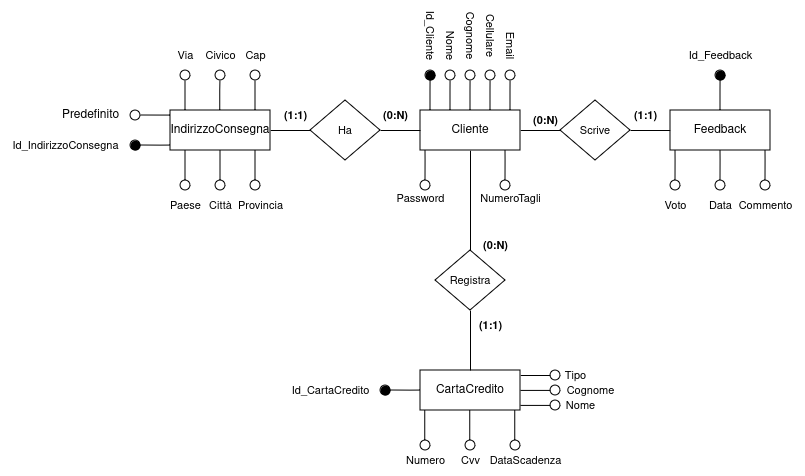
This is fase_due/images/rifinitura_cliente.png from IonutZbir/ProgettoDatabase, a draw.io export, as it was before one commit. Source tidied: cells renumbered, new cells last; positions are measured from the earlier drawing's top-left corner, leaving out a move shared by most shapes.
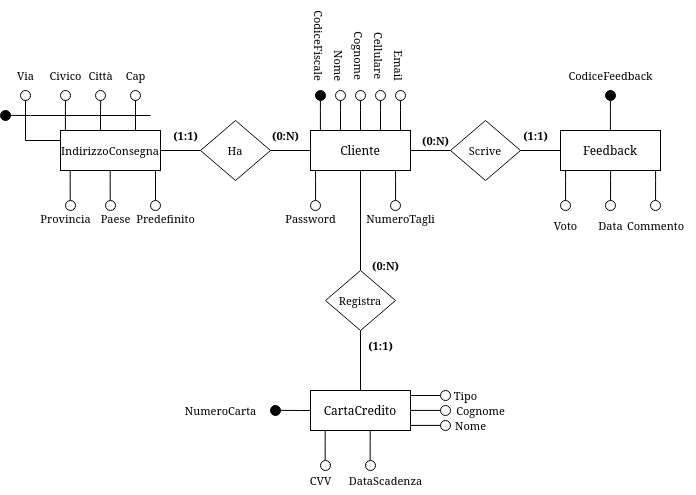
After the commit.

Change to the diagram source:
```diff
@@ -31,25 +31,28 @@
     </mxCell>
     <mxCell id="10" style="edgeStyle=orthogonalEdgeStyle;shape=connector;rounded=0;orthogonalLoop=1;jettySize=auto;html=1;exitX=0.25;exitY=0;exitDx=0;exitDy=0;strokeColor=default;align=center;verticalAlign=middle;fontFamily=Helvetica;fontSize=11;fontColor=default;labelBackgroundColor=default;endArrow=none;endFill=0;" parent="1" edge="1">
       <mxGeometry relative="1" as="geometry">
-        <mxPoint x="185" y="90" as="sourcePoint" />
-        <mxPoint x="185" y="60" as="targetPoint" />
+        <mxPoint x="174.9" y="90" as="sourcePoint" />
+        <mxPoint x="174.9" y="60" as="targetPoint" />
         <Array as="points">
-          <mxPoint x="185" y="70" />
-          <mxPoint x="185" y="70" />
+          <mxPoint x="174.9" y="70" />
+          <mxPoint x="174.9" y="70" />
         </Array>
       </mxGeometry>
     </mxCell>
-    <mxCell id="11" style="edgeStyle=orthogonalEdgeStyle;shape=connector;rounded=0;orthogonalLoop=1;jettySize=auto;html=1;exitX=0;exitY=0.25;exitDx=0;exitDy=0;strokeColor=default;align=center;verticalAlign=middle;fontFamily=Helvetica;fontSize=11;fontColor=default;labelBackgroundColor=default;endArrow=none;endFill=0;" parent="1" edge="1">
+    <mxCell id="11" style="edgeStyle=orthogonalEdgeStyle;shape=connector;rounded=0;orthogonalLoop=1;jettySize=auto;html=1;strokeColor=default;align=center;verticalAlign=middle;fontFamily=Helvetica;fontSize=11;fontColor=default;labelBackgroundColor=default;endArrow=none;endFill=0;" parent="1" edge="1">
       <mxGeometry relative="1" as="geometry">
-        <mxPoint x="170" y="125" as="sourcePoint" />
-        <mxPoint x="140" y="124.9" as="targetPoint" />
+        <mxPoint x="260" y="75" as="sourcePoint" />
+        <mxPoint x="120" y="74.9" as="targetPoint" />
         <Array as="points">
-          <mxPoint x="160" y="125" />
-          <mxPoint x="160" y="125" />
+          <mxPoint x="140" y="75" />
+          <mxPoint x="140" y="75" />
         </Array>
       </mxGeometry>
     </mxCell>
+    <mxCell id="99" style="edgeStyle=orthogonalEdgeStyle;shape=connector;rounded=0;jettySize=auto;html=1;exitX=0;exitY=0.25;exitDx=0;exitDy=0;entryX=0.5;entryY=1;entryDx=0;entryDy=0;strokeColor=default;align=center;verticalAlign=middle;fontFamily=Helvetica;fontSize=11;fontColor=default;labelBackgroundColor=default;endArrow=none;endFill=0;" parent="1" edge="1" source="12" target="100">
+      <mxGeometry relative="1" as="geometry" />
+    </mxCell>
-    <mxCell id="12" value="IndirizzoConsegna" style="whiteSpace=wrap;html=1;align=center;" parent="1" vertex="1">
+    <mxCell id="12" value="&lt;font style=&quot;font-size: 11px;&quot;&gt;IndirizzoConsegna&lt;/font&gt;" style="whiteSpace=wrap;html=1;align=center;" parent="1" vertex="1">
       <mxGeometry x="170" y="90" width="100" height="40" as="geometry" />
     </mxCell>
     <mxCell id="13" value="Scrive" style="shape=rhombus;perimeter=rhombusPerimeter;whiteSpace=wrap;html=1;align=center;fontFamily=Helvetica;fontSize=11;fontColor=default;labelBackgroundColor=default;" parent="1" vertex="1">
@@ -87,95 +90,76 @@
     </mxCell>
     <mxCell id="24" style="edgeStyle=orthogonalEdgeStyle;shape=connector;rounded=0;orthogonalLoop=1;jettySize=auto;html=1;exitX=0.25;exitY=0;exitDx=0;exitDy=0;strokeColor=default;align=center;verticalAlign=middle;fontFamily=Helvetica;fontSize=11;fontColor=default;labelBackgroundColor=default;endArrow=none;endFill=0;" parent="1" edge="1">
       <mxGeometry relative="1" as="geometry">
-        <mxPoint x="219.8" y="90" as="sourcePoint" />
-        <mxPoint x="220" y="60" as="targetPoint" />
+        <mxPoint x="210" y="90" as="sourcePoint" />
+        <mxPoint x="210.2" y="60" as="targetPoint" />
         <Array as="points">
-          <mxPoint x="220" y="70" />
-          <mxPoint x="220" y="70" />
+          <mxPoint x="210.2" y="70" />
+          <mxPoint x="210.2" y="70" />
         </Array>
       </mxGeometry>
     </mxCell>
     <mxCell id="25" style="edgeStyle=orthogonalEdgeStyle;shape=connector;rounded=0;orthogonalLoop=1;jettySize=auto;html=1;exitX=0.25;exitY=0;exitDx=0;exitDy=0;strokeColor=default;align=center;verticalAlign=middle;fontFamily=Helvetica;fontSize=11;fontColor=default;labelBackgroundColor=default;endArrow=none;endFill=0;" parent="1" edge="1">
       <mxGeometry relative="1" as="geometry">
-        <mxPoint x="255" y="90" as="sourcePoint" />
-        <mxPoint x="255" y="60" as="targetPoint" />
+        <mxPoint x="245" y="90" as="sourcePoint" />
+        <mxPoint x="245" y="60" as="targetPoint" />
         <Array as="points">
-          <mxPoint x="255.2" y="70" />
-          <mxPoint x="255.2" y="70" />
+          <mxPoint x="245.2" y="70" />
+          <mxPoint x="245.2" y="70" />
         </Array>
       </mxGeometry>
     </mxCell>
     <mxCell id="26" style="ellipse;whiteSpace=wrap;html=1;fontFamily=Helvetica;fontSize=11;fontColor=default;labelBackgroundColor=default;" parent="1" vertex="1">
-      <mxGeometry x="215" y="50" width="10" height="10" as="geometry" />
+      <mxGeometry x="205" y="50" width="10" height="10" as="geometry" />
     </mxCell>
     <mxCell id="27" style="ellipse;whiteSpace=wrap;html=1;fontFamily=Helvetica;fontSize=11;fontColor=default;labelBackgroundColor=default;fillColor=#000000;" parent="1" vertex="1">
-      <mxGeometry x="130" y="120" width="10" height="10" as="geometry" />
+      <mxGeometry x="110" y="70" width="10" height="10" as="geometry" />
     </mxCell>
     <mxCell id="28" style="ellipse;whiteSpace=wrap;html=1;fontFamily=Helvetica;fontSize=11;fontColor=default;labelBackgroundColor=default;" parent="1" vertex="1">
-      <mxGeometry x="250" y="50" width="10" height="10" as="geometry" />
+      <mxGeometry x="240" y="50" width="10" height="10" as="geometry" />
     </mxCell>
-    <mxCell id="29" value="Id_IndirizzoConsegna" style="text;html=1;align=center;verticalAlign=middle;strokeColor=none;fillColor=none;fontFamily=Helvetica;fontSize=11;fontColor=default;labelBackgroundColor=default;" parent="1" vertex="1">
-      <mxGeometry y="110" width="130" height="30" as="geometry" />
-    </mxCell>
     <mxCell id="30" style="ellipse;whiteSpace=wrap;html=1;fontFamily=Helvetica;fontSize=11;fontColor=default;labelBackgroundColor=default;" parent="1" vertex="1">
-      <mxGeometry x="180" y="50" width="10" height="10" as="geometry" />
+      <mxGeometry x="170" y="50" width="10" height="10" as="geometry" />
     </mxCell>
     <mxCell id="31" value="Via" style="text;html=1;align=center;verticalAlign=middle;strokeColor=none;fillColor=none;fontFamily=Helvetica;fontSize=11;fontColor=default;labelBackgroundColor=default;" parent="1" vertex="1">
-      <mxGeometry x="165" y="20" width="40" height="30" as="geometry" />
+      <mxGeometry x="115" y="20" width="40" height="30" as="geometry" />
     </mxCell>
     <mxCell id="32" value="Civico" style="text;html=1;align=center;verticalAlign=middle;strokeColor=none;fillColor=none;fontFamily=Helvetica;fontSize=11;fontColor=default;labelBackgroundColor=default;" parent="1" vertex="1">
-      <mxGeometry x="195" y="20" width="50" height="30" as="geometry" />
+      <mxGeometry x="150" y="20" width="50" height="30" as="geometry" />
     </mxCell>
     <mxCell id="33" value="Cap" style="text;html=1;align=center;verticalAlign=middle;strokeColor=none;fillColor=none;fontFamily=Helvetica;fontSize=11;fontColor=default;labelBackgroundColor=default;" parent="1" vertex="1">
-      <mxGeometry x="235" y="20" width="40" height="30" as="geometry" />
+      <mxGeometry x="225" y="20" width="40" height="30" as="geometry" />
     </mxCell>
     <mxCell id="34" style="edgeStyle=orthogonalEdgeStyle;shape=connector;rounded=0;orthogonalLoop=1;jettySize=auto;html=1;exitX=0.25;exitY=0;exitDx=0;exitDy=0;strokeColor=default;align=center;verticalAlign=middle;fontFamily=Helvetica;fontSize=11;fontColor=default;labelBackgroundColor=default;endArrow=none;endFill=0;" parent="1" edge="1">
       <mxGeometry relative="1" as="geometry">
-        <mxPoint x="184.9" y="160" as="sourcePoint" />
-        <mxPoint x="184.9" y="130" as="targetPoint" />
+        <mxPoint x="179.7" y="160" as="sourcePoint" />
+        <mxPoint x="179.8" y="130" as="targetPoint" />
         <Array as="points">
-          <mxPoint x="184.9" y="140" />
-          <mxPoint x="184.9" y="140" />
+          <mxPoint x="179.7" y="140" />
+          <mxPoint x="179.7" y="140" />
         </Array>
       </mxGeometry>
     </mxCell>
     <mxCell id="35" style="ellipse;whiteSpace=wrap;html=1;fontFamily=Helvetica;fontSize=11;fontColor=default;labelBackgroundColor=default;" parent="1" vertex="1">
-      <mxGeometry x="180" y="160" width="10" height="10" as="geometry" />
+      <mxGeometry x="175" y="160" width="10" height="10" as="geometry" />
     </mxCell>
     <mxCell id="36" value="Paese" style="text;html=1;align=center;verticalAlign=middle;strokeColor=none;fillColor=none;fontFamily=Helvetica;fontSize=11;fontColor=default;labelBackgroundColor=default;" parent="1" vertex="1">
-      <mxGeometry x="160" y="170" width="50" height="30" as="geometry" />
+      <mxGeometry x="200" y="163" width="50" height="30" as="geometry" />
     </mxCell>
-    <mxCell id="37" style="edgeStyle=orthogonalEdgeStyle;shape=connector;rounded=0;orthogonalLoop=1;jettySize=auto;html=1;exitX=0.25;exitY=0;exitDx=0;exitDy=0;strokeColor=default;align=center;verticalAlign=middle;fontFamily=Helvetica;fontSize=11;fontColor=default;labelBackgroundColor=default;endArrow=none;endFill=0;" parent="1" edge="1">
-      <mxGeometry relative="1" as="geometry">
-        <mxPoint x="219.9" y="160" as="sourcePoint" />
-        <mxPoint x="219.9" y="130" as="targetPoint" />
-        <Array as="points">
-          <mxPoint x="219.9" y="140" />
-          <mxPoint x="219.9" y="140" />
-        </Array>
-      </mxGeometry>
-    </mxCell>
-    <mxCell id="38" style="ellipse;whiteSpace=wrap;html=1;fontFamily=Helvetica;fontSize=11;fontColor=default;labelBackgroundColor=default;" parent="1" vertex="1">
-      <mxGeometry x="215" y="160" width="10" height="10" as="geometry" />
-    </mxCell>
-    <mxCell id="39" value="Città" style="text;html=1;align=center;verticalAlign=middle;strokeColor=none;fillColor=none;fontFamily=Helvetica;fontSize=11;fontColor=default;labelBackgroundColor=default;" parent="1" vertex="1">
-      <mxGeometry x="195" y="170" width="50" height="30" as="geometry" />
-    </mxCell>
     <mxCell id="40" style="edgeStyle=orthogonalEdgeStyle;shape=connector;rounded=0;orthogonalLoop=1;jettySize=auto;html=1;exitX=0.25;exitY=0;exitDx=0;exitDy=0;strokeColor=default;align=center;verticalAlign=middle;fontFamily=Helvetica;fontSize=11;fontColor=default;labelBackgroundColor=default;endArrow=none;endFill=0;" parent="1" edge="1">
       <mxGeometry relative="1" as="geometry">
-        <mxPoint x="254.9" y="160" as="sourcePoint" />
-        <mxPoint x="254.9" y="130" as="targetPoint" />
+        <mxPoint x="265" y="160" as="sourcePoint" />
+        <mxPoint x="265" y="130" as="targetPoint" />
         <Array as="points">
-          <mxPoint x="254.9" y="140" />
-          <mxPoint x="254.9" y="140" />
+          <mxPoint x="265" y="140" />
+          <mxPoint x="265" y="140" />
         </Array>
       </mxGeometry>
     </mxCell>
     <mxCell id="41" style="ellipse;whiteSpace=wrap;html=1;fontFamily=Helvetica;fontSize=11;fontColor=default;labelBackgroundColor=default;" parent="1" vertex="1">
-      <mxGeometry x="250" y="160" width="10" height="10" as="geometry" />
+      <mxGeometry x="260" y="160" width="10" height="10" as="geometry" />
     </mxCell>
     <mxCell id="42" value="Provincia" style="text;html=1;align=center;verticalAlign=middle;strokeColor=none;fillColor=none;fontFamily=Helvetica;fontSize=11;fontColor=default;labelBackgroundColor=default;" parent="1" vertex="1">
-      <mxGeometry x="225" y="170" width="70" height="30" as="geometry" />
+      <mxGeometry x="140" y="163" width="70" height="30" as="geometry" />
     </mxCell>
     <mxCell id="43" style="ellipse;whiteSpace=wrap;html=1;fontFamily=Helvetica;fontSize=11;fontColor=default;labelBackgroundColor=default;fillColor=#000000;" parent="1" vertex="1">
       <mxGeometry x="425" y="50" width="10" height="10" as="geometry" />
@@ -190,8 +174,8 @@
         </Array>
       </mxGeometry>
     </mxCell>
-    <mxCell id="45" value="Id_Cliente" style="text;html=1;align=center;verticalAlign=middle;strokeColor=none;fillColor=none;fontFamily=Helvetica;fontSize=11;fontColor=default;labelBackgroundColor=default;rotation=90;" parent="1" vertex="1">
-      <mxGeometry x="395" width="70" height="30" as="geometry" />
+    <mxCell id="45" value="CodiceFiscale" style="text;html=1;align=center;verticalAlign=middle;strokeColor=none;fillColor=none;fontFamily=Helvetica;fontSize=11;fontColor=default;labelBackgroundColor=default;rotation=90;" parent="1" vertex="1">
+      <mxGeometry x="385" y="-10" width="90" height="30" as="geometry" />
     </mxCell>
     <mxCell id="46" style="edgeStyle=orthogonalEdgeStyle;shape=connector;rounded=0;orthogonalLoop=1;jettySize=auto;html=1;exitX=0.25;exitY=0;exitDx=0;exitDy=0;strokeColor=default;align=center;verticalAlign=middle;fontFamily=Helvetica;fontSize=11;fontColor=default;labelBackgroundColor=default;endArrow=none;endFill=0;" parent="1" edge="1">
       <mxGeometry relative="1" as="geometry">
@@ -350,19 +334,9 @@
         </Array>
       </mxGeometry>
     </mxCell>
-    <mxCell id="75" value="Id_Feedback" style="text;html=1;align=center;verticalAlign=middle;strokeColor=none;fillColor=none;fontFamily=Helvetica;fontSize=11;fontColor=default;labelBackgroundColor=default;" parent="1" vertex="1">
-      <mxGeometry x="675" y="20" width="90" height="30" as="geometry" />
+    <mxCell id="75" value="CodiceFeedback" style="text;html=1;align=center;verticalAlign=middle;strokeColor=none;fillColor=none;fontFamily=Helvetica;fontSize=11;fontColor=default;labelBackgroundColor=default;" parent="1" vertex="1">
+      <mxGeometry x="665" y="20" width="110" height="30" as="geometry" />
     </mxCell>
-    <mxCell id="76" style="edgeStyle=orthogonalEdgeStyle;shape=connector;rounded=0;orthogonalLoop=1;jettySize=auto;html=1;exitX=0.25;exitY=0;exitDx=0;exitDy=0;strokeColor=default;align=center;verticalAlign=middle;fontFamily=Helvetica;fontSize=11;fontColor=default;labelBackgroundColor=default;endArrow=none;endFill=0;" parent="1" edge="1">
-      <mxGeometry relative="1" as="geometry">
-        <mxPoint x="424.7" y="420" as="sourcePoint" />
-        <mxPoint x="424.7" y="390" as="targetPoint" />
-        <Array as="points">
-          <mxPoint x="424.7" y="400" />
-          <mxPoint x="424.7" y="400" />
-        </Array>
-      </mxGeometry>
-    </mxCell>
     <mxCell id="77" style="edgeStyle=orthogonalEdgeStyle;shape=connector;rounded=0;orthogonalLoop=1;jettySize=auto;html=1;exitX=0;exitY=0.25;exitDx=0;exitDy=0;strokeColor=default;align=center;verticalAlign=middle;fontFamily=Helvetica;fontSize=11;fontColor=default;labelBackgroundColor=default;endArrow=none;endFill=0;" parent="1" edge="1">
       <mxGeometry relative="1" as="geometry">
         <mxPoint x="420" y="370" as="sourcePoint" />
@@ -376,30 +350,24 @@
     <mxCell id="78" style="ellipse;whiteSpace=wrap;html=1;fontFamily=Helvetica;fontSize=11;fontColor=default;labelBackgroundColor=default;fillColor=#000000;" parent="1" vertex="1">
       <mxGeometry x="380" y="365" width="10" height="10" as="geometry" />
     </mxCell>
-    <mxCell id="79" value="Id_CartaCredito" style="text;html=1;align=center;verticalAlign=middle;strokeColor=none;fillColor=none;fontFamily=Helvetica;fontSize=11;fontColor=default;labelBackgroundColor=default;" parent="1" vertex="1">
-      <mxGeometry x="280" y="355" width="100" height="30" as="geometry" />
+    <mxCell id="79" value="NumeroCarta" style="text;html=1;align=center;verticalAlign=middle;strokeColor=none;fillColor=none;fontFamily=Helvetica;fontSize=11;fontColor=default;labelBackgroundColor=default;" parent="1" vertex="1">
+      <mxGeometry x="285" y="355" width="90" height="30" as="geometry" />
     </mxCell>
-    <mxCell id="80" style="ellipse;whiteSpace=wrap;html=1;fontFamily=Helvetica;fontSize=11;fontColor=default;labelBackgroundColor=default;" parent="1" vertex="1">
-      <mxGeometry x="420" y="420" width="10" height="10" as="geometry" />
-    </mxCell>
-    <mxCell id="81" value="Numero" style="text;html=1;align=center;verticalAlign=middle;strokeColor=none;fillColor=none;fontFamily=Helvetica;fontSize=11;fontColor=default;labelBackgroundColor=default;" parent="1" vertex="1">
-      <mxGeometry x="395" y="425" width="60" height="30" as="geometry" />
-    </mxCell>
     <mxCell id="82" style="edgeStyle=orthogonalEdgeStyle;shape=connector;rounded=0;orthogonalLoop=1;jettySize=auto;html=1;exitX=0.25;exitY=0;exitDx=0;exitDy=0;strokeColor=default;align=center;verticalAlign=middle;fontFamily=Helvetica;fontSize=11;fontColor=default;labelBackgroundColor=default;endArrow=none;endFill=0;" parent="1" edge="1">
       <mxGeometry relative="1" as="geometry">
-        <mxPoint x="514.7" y="420" as="sourcePoint" />
-        <mxPoint x="514.7" y="390" as="targetPoint" />
+        <mxPoint x="479.7" y="420" as="sourcePoint" />
+        <mxPoint x="479.7" y="390" as="targetPoint" />
         <Array as="points">
-          <mxPoint x="514.7" y="400" />
-          <mxPoint x="514.7" y="400" />
+          <mxPoint x="479.7" y="400" />
+          <mxPoint x="479.7" y="400" />
         </Array>
       </mxGeometry>
     </mxCell>
     <mxCell id="83" style="ellipse;whiteSpace=wrap;html=1;fontFamily=Helvetica;fontSize=11;fontColor=default;labelBackgroundColor=default;" parent="1" vertex="1">
-      <mxGeometry x="510" y="420" width="10" height="10" as="geometry" />
+      <mxGeometry x="475" y="420" width="10" height="10" as="geometry" />
     </mxCell>
-    <mxCell id="84" value="Cvv" style="text;html=1;align=center;verticalAlign=middle;strokeColor=none;fillColor=none;fontFamily=Helvetica;fontSize=11;fontColor=default;labelBackgroundColor=default;" parent="1" vertex="1">
-      <mxGeometry x="450" y="425" width="40" height="30" as="geometry" />
+    <mxCell id="84" value="CVV" style="text;html=1;align=center;verticalAlign=middle;strokeColor=none;fillColor=none;fontFamily=Helvetica;fontSize=11;fontColor=default;labelBackgroundColor=default;" parent="1" vertex="1">
+      <mxGeometry x="405" y="425" width="50" height="30" as="geometry" />
     </mxCell>
     <mxCell id="85" style="ellipse;whiteSpace=wrap;html=1;fontFamily=Helvetica;fontSize=11;fontColor=default;labelBackgroundColor=default;" parent="1" vertex="1">
       <mxGeometry x="550" y="350" width="10" height="10" as="geometry" />
@@ -433,35 +401,41 @@
     </mxCell>
     <mxCell id="93" style="edgeStyle=orthogonalEdgeStyle;shape=connector;rounded=0;orthogonalLoop=1;jettySize=auto;html=1;exitX=0.25;exitY=0;exitDx=0;exitDy=0;strokeColor=default;align=center;verticalAlign=middle;fontFamily=Helvetica;fontSize=11;fontColor=default;labelBackgroundColor=default;endArrow=none;endFill=0;" parent="1" edge="1">
       <mxGeometry relative="1" as="geometry">
-        <mxPoint x="469.7" y="420" as="sourcePoint" />
-        <mxPoint x="469.7" y="390" as="targetPoint" />
+        <mxPoint x="434.7" y="420" as="sourcePoint" />
+        <mxPoint x="434.7" y="390" as="targetPoint" />
         <Array as="points">
-          <mxPoint x="469.7" y="400" />
-          <mxPoint x="469.7" y="400" />
+          <mxPoint x="434.7" y="400" />
+          <mxPoint x="434.7" y="400" />
         </Array>
       </mxGeometry>
     </mxCell>
     <mxCell id="94" style="ellipse;whiteSpace=wrap;html=1;fontFamily=Helvetica;fontSize=11;fontColor=default;labelBackgroundColor=default;" parent="1" vertex="1">
-      <mxGeometry x="465" y="420" width="10" height="10" as="geometry" />
+      <mxGeometry x="430" y="420" width="10" height="10" as="geometry" />
     </mxCell>
     <mxCell id="95" value="DataScadenza" style="text;html=1;align=center;verticalAlign=middle;strokeColor=none;fillColor=none;fontFamily=Helvetica;fontSize=11;fontColor=default;labelBackgroundColor=default;" parent="1" vertex="1">
-      <mxGeometry x="475" y="425" width="100" height="30" as="geometry" />
+      <mxGeometry x="445" y="425" width="100" height="30" as="geometry" />
     </mxCell>
-    <mxCell id="96" style="edgeStyle=orthogonalEdgeStyle;shape=connector;rounded=0;orthogonalLoop=1;jettySize=auto;html=1;exitX=0;exitY=0.25;exitDx=0;exitDy=0;strokeColor=default;align=center;verticalAlign=middle;fontFamily=Helvetica;fontSize=11;fontColor=default;labelBackgroundColor=default;endArrow=none;endFill=0;" parent="1" edge="1">
-      <mxGeometry relative="1" as="geometry">
-        <mxPoint x="170" y="95" as="sourcePoint" />
-        <mxPoint x="140" y="94.9" as="targetPoint" />
-        <Array as="points">
-          <mxPoint x="160" y="95" />
-          <mxPoint x="160" y="95" />
-        </Array>
-      </mxGeometry>
-    </mxCell>
-    <mxCell id="97" style="ellipse;whiteSpace=wrap;html=1;fontFamily=Helvetica;fontSize=11;fontColor=default;labelBackgroundColor=default;" parent="1" vertex="1">
-      <mxGeometry x="130" y="90" width="10" height="10" as="geometry" />
-    </mxCell>
+    <mxCell id="100" style="ellipse;whiteSpace=wrap;html=1;fontFamily=Helvetica;fontSize=11;fontColor=default;labelBackgroundColor=default;" parent="1" vertex="1">
+      <mxGeometry x="130" y="50" width="10" height="10" as="geometry" />
+    </mxCell>
+    <mxCell id="39" value="Città" style="text;html=1;align=center;verticalAlign=middle;strokeColor=none;fillColor=none;fontFamily=Helvetica;fontSize=11;fontColor=default;labelBackgroundColor=default;" parent="1" vertex="1">
+      <mxGeometry x="185" y="20" width="50" height="30" as="geometry" />
+    </mxCell>
+    <mxCell id="101" style="edgeStyle=orthogonalEdgeStyle;shape=connector;rounded=0;orthogonalLoop=1;jettySize=auto;html=1;exitX=0.25;exitY=0;exitDx=0;exitDy=0;strokeColor=default;align=center;verticalAlign=middle;fontFamily=Helvetica;fontSize=11;fontColor=default;labelBackgroundColor=default;endArrow=none;endFill=0;" parent="1" edge="1">
+      <mxGeometry relative="1" as="geometry">
+        <mxPoint x="219.7" y="160" as="sourcePoint" />
+        <mxPoint x="219.8" y="130" as="targetPoint" />
+        <Array as="points">
+          <mxPoint x="219.7" y="140" />
+          <mxPoint x="219.7" y="140" />
+        </Array>
+      </mxGeometry>
+    </mxCell>
+    <mxCell id="38" style="ellipse;whiteSpace=wrap;html=1;fontFamily=Helvetica;fontSize=11;fontColor=default;labelBackgroundColor=default;" parent="1" vertex="1">
+      <mxGeometry x="215" y="160" width="10" height="10" as="geometry" />
+    </mxCell>
-    <mxCell id="98" value="Predefinito" style="text;html=1;align=center;verticalAlign=middle;strokeColor=none;fillColor=none;" parent="1" vertex="1">
-      <mxGeometry x="50" y="80" width="80" height="30" as="geometry" />
+    <mxCell id="98" value="Predefinito" style="text;html=1;align=center;verticalAlign=middle;strokeColor=none;fillColor=none;fontFamily=Helvetica;fontSize=11;fontColor=default;labelBackgroundColor=default;" parent="1" vertex="1">
+      <mxGeometry x="235" y="163" width="80" height="30" as="geometry" />
     </mxCell>
   </root>
 </mxGraphModel>
```
